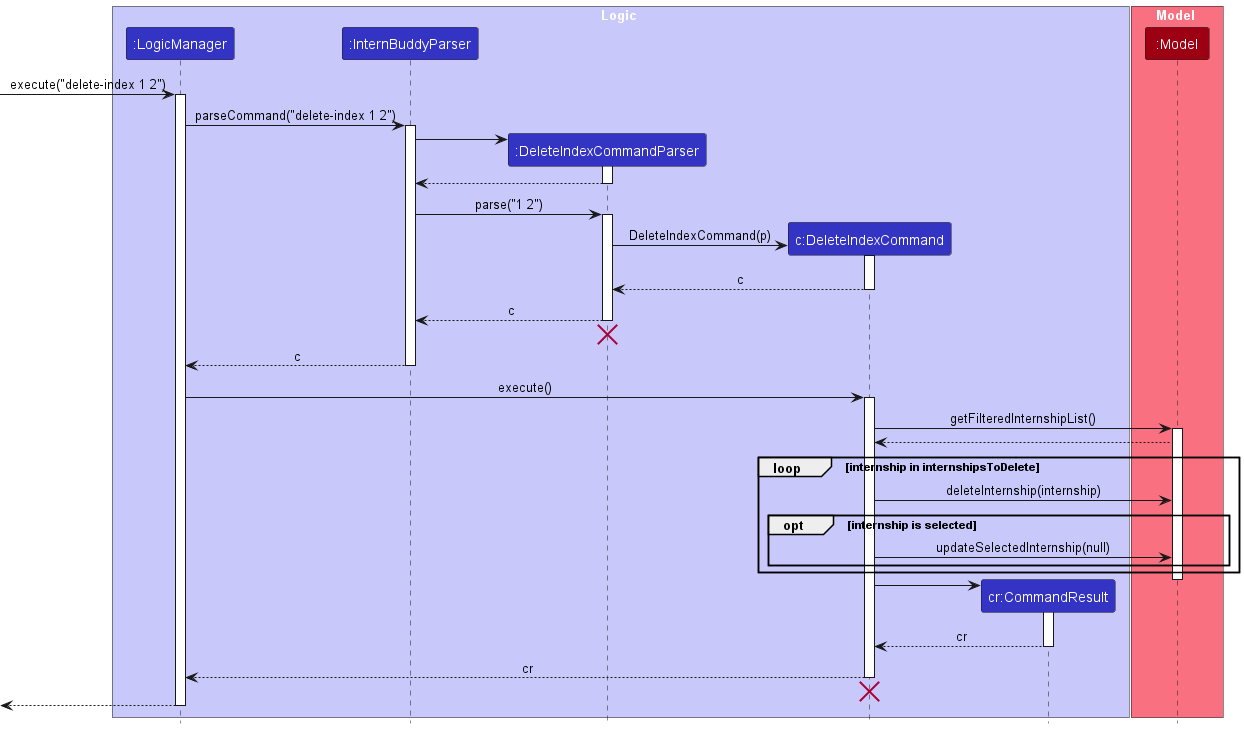
nus-cs2103-AY2223S2/tp keeps this PlantUML diagram as docs/images/DeleteIndexSequenceDiagram.png. Above is the earlier version. Source of this version:
```plantuml
@startuml
!include style.puml

box Logic LOGIC_COLOR_T1
participant ":LogicManager" as LogicManager LOGIC_COLOR
participant ":InternBuddyParser" as InternBuddyParser LOGIC_COLOR
participant ":DeleteIndexCommandParser" as DeleteIndexCommandParser LOGIC_COLOR
participant "c:DeleteIndexCommand" as DeleteIndexCommand LOGIC_COLOR
participant "cr:CommandResult" as CommandResult LOGIC_COLOR
end box

box Model MODEL_COLOR_T1
participant ":Model" as Model MODEL_COLOR
end box

[-> LogicManager : execute("delete-index 1 2")
activate LogicManager

LogicManager -> InternBuddyParser : parseCommand("delete-index 1 2")
activate InternBuddyParser

create DeleteIndexCommandParser
InternBuddyParser -> DeleteIndexCommandParser
activate DeleteIndexCommandParser

DeleteIndexCommandParser --> InternBuddyParser
deactivate DeleteIndexCommandParser

InternBuddyParser -> DeleteIndexCommandParser : parse("1 2")
activate DeleteIndexCommandParser

create DeleteIndexCommand
DeleteIndexCommandParser -> DeleteIndexCommand : DeleteIndexCommand(p)
activate DeleteIndexCommand

DeleteIndexCommand --> DeleteIndexCommandParser : c
deactivate DeleteIndexCommand

DeleteIndexCommandParser --> InternBuddyParser : c
deactivate DeleteIndexCommandParser
DeleteIndexCommandParser -[hidden]-> InternBuddyParser
destroy DeleteIndexCommandParser

InternBuddyParser --> LogicManager : c
deactivate InternBuddyParser

LogicManager -> DeleteIndexCommand : execute()
activate DeleteIndexCommand

DeleteIndexCommand -> Model : getFilteredInternshipList()
activate Model

Model --> DeleteIndexCommand

loop internship in internshipsToDelete
    DeleteIndexCommand -> Model: deleteInternship(internship)

opt internship is selected
    DeleteIndexCommand -> Model: updateSelectedInternship(null)
end
end

deactivate Model

create CommandResult
DeleteIndexCommand -> CommandResult
activate CommandResult

CommandResult --> DeleteIndexCommand : cr
deactivate CommandResult

DeleteIndexCommand --> LogicManager : cr
deactivate DeleteIndexCommand
DeleteIndexCommand -[hidden]-> LogicManager
destroy DeleteIndexCommand


[<--LogicManager
deactivate LogicManager
@enduml
```
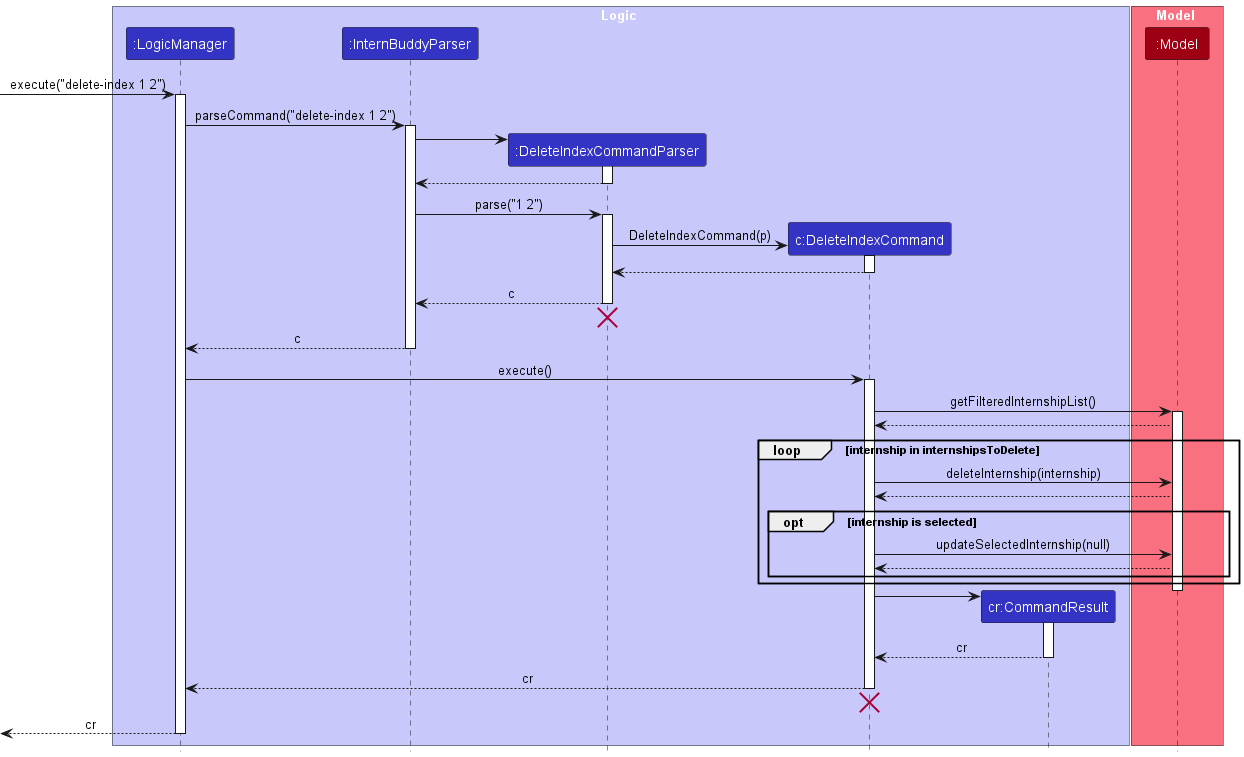
The same diagram one commit later.

Commit message:
Update sequence diagram in DG

The edit, as a diff of the source:
```diff
@@ -33,7 +33,7 @@
 DeleteIndexCommandParser -> DeleteIndexCommand : DeleteIndexCommand(p)
 activate DeleteIndexCommand
 
-DeleteIndexCommand --> DeleteIndexCommandParser : c
+DeleteIndexCommand --> DeleteIndexCommandParser
 deactivate DeleteIndexCommand
 
 DeleteIndexCommandParser --> InternBuddyParser : c
@@ -54,9 +54,10 @@
 
 loop internship in internshipsToDelete
     DeleteIndexCommand -> Model: deleteInternship(internship)
-
+    Model --> DeleteIndexCommand
 opt internship is selected
     DeleteIndexCommand -> Model: updateSelectedInternship(null)
+    Model --> DeleteIndexCommand
 end
 end
 
@@ -75,6 +76,6 @@
 destroy DeleteIndexCommand
 
 
-[<--LogicManager
+[<--LogicManager : cr
 deactivate LogicManager
 @enduml
```
